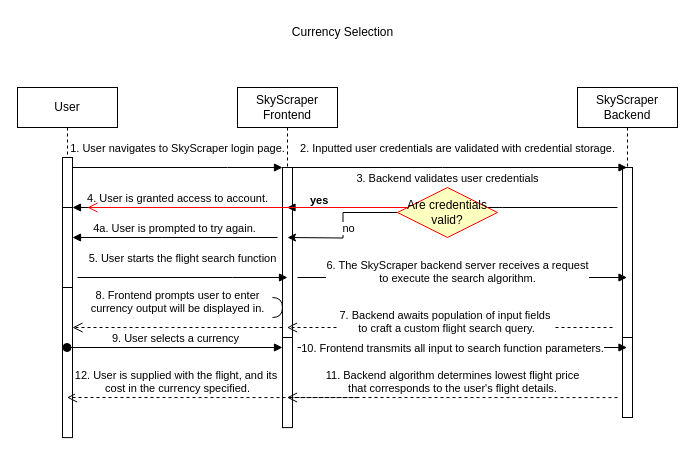
Before: ActivityDiagram.drawio in Ether64/SkyScraperDiagrams, a draw.io diagram. Source tidied: cells renumbered, new cells numbered last; positions are measured from the earlier drawing's top-left corner, leaving out a move shared by most shapes. Both pictures are drawn from the tidied source at 100%, with x=0, y=0 at pixel (17, 17).
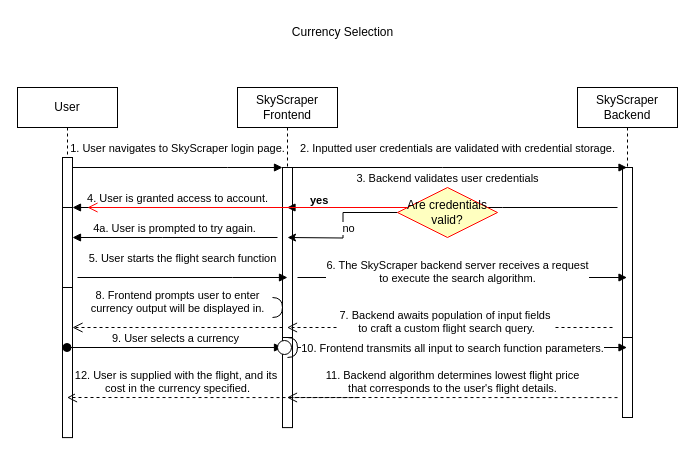
After the change.

What changed in the source:
```diff
@@
+    <mxCell id="31" style="shape=providedRequiredInterface;html=1;verticalLabelPosition=bottom;sketch=0;" parent="1" vertex="1">
+      <mxGeometry x="260" y="320" width="20" height="20" as="geometry" />
+    </mxCell>
```
